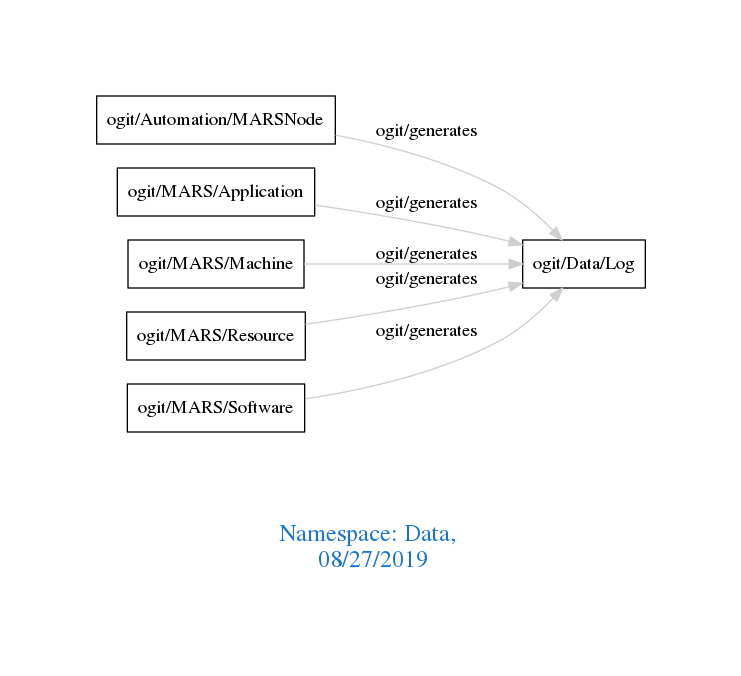
Above: downloads/Data.png in arago/OGIT (Graphviz), before the change. Its source is kept beside it as downloads/Data.dot.
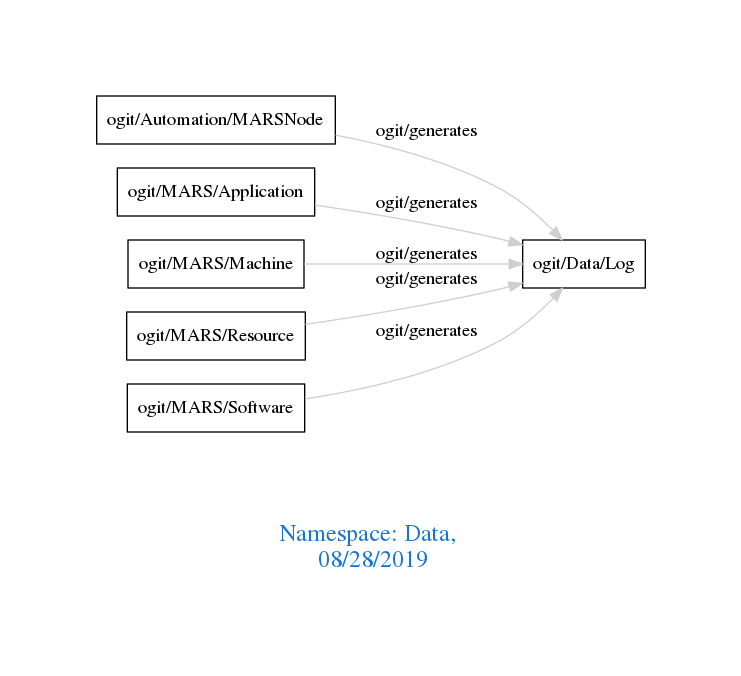
After the change.

Change to the diagram source:
```diff
@@ -1,7 +1,7 @@
 digraph OGIT_ontology {
  graph [ rankdir= LR,pad=1
 fontsize = 18,
-fontcolor= dodgerblue3,label = "\n\n\nNamespace: Data, \n 08/27/2019"];
+fontcolor= dodgerblue3,label = "\n\n\nNamespace: Data, \n 08/28/2019"];
 node[shape=polygon];
 edge [  color="gray81"];
 
```
